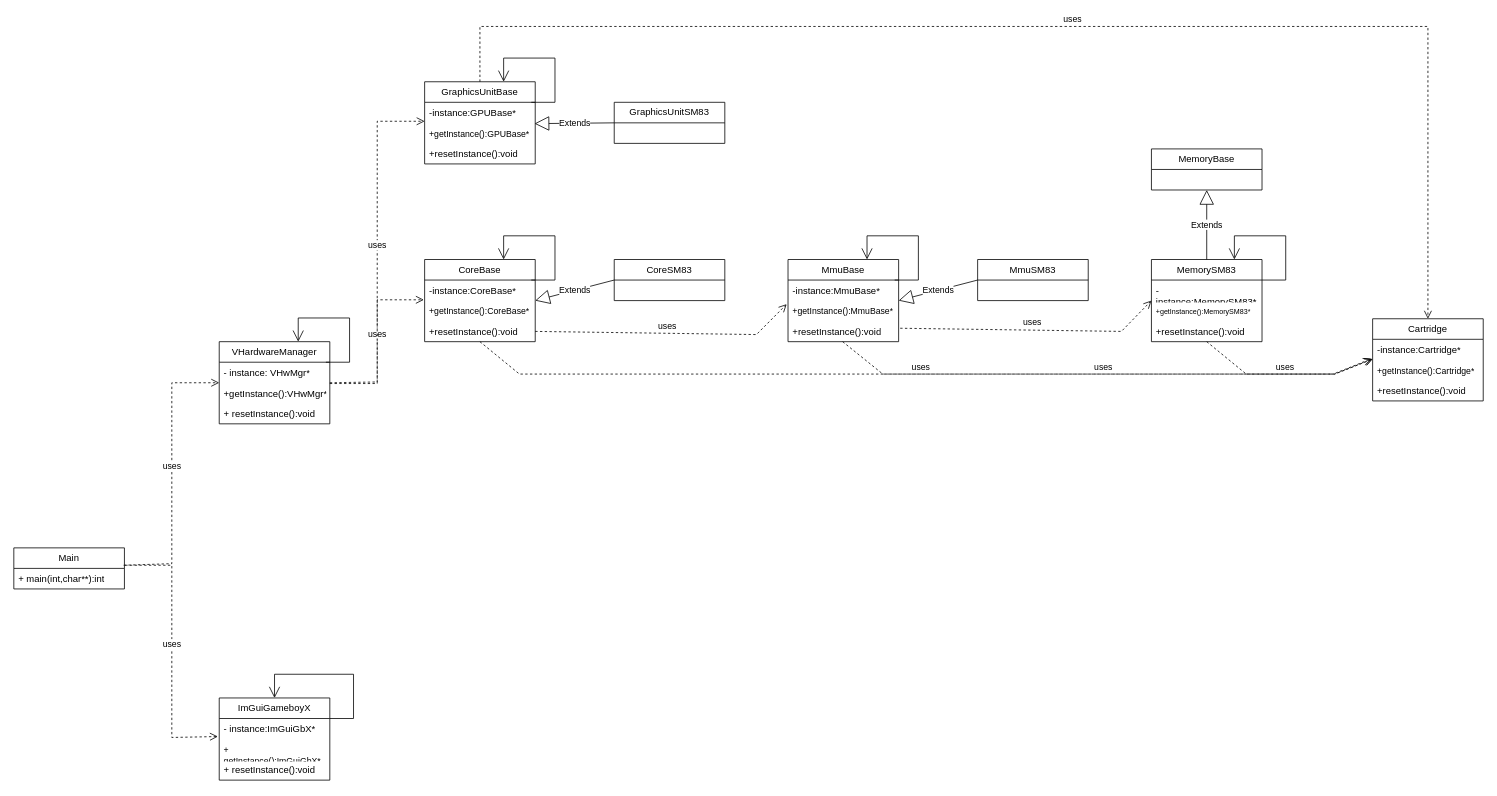
MatthewMer/gameboyx keeps this draw.io diagram as docs/GameboyX.drawio. Above is the earlier version. Source tidied: cells renumbered, new cells numbered last; positions are measured from the earlier drawing's top-left corner, leaving out a move shared by most shapes. Both pictures are drawn from the tidied source at 79%, with x=0, y=0 at pixel (13, 26).
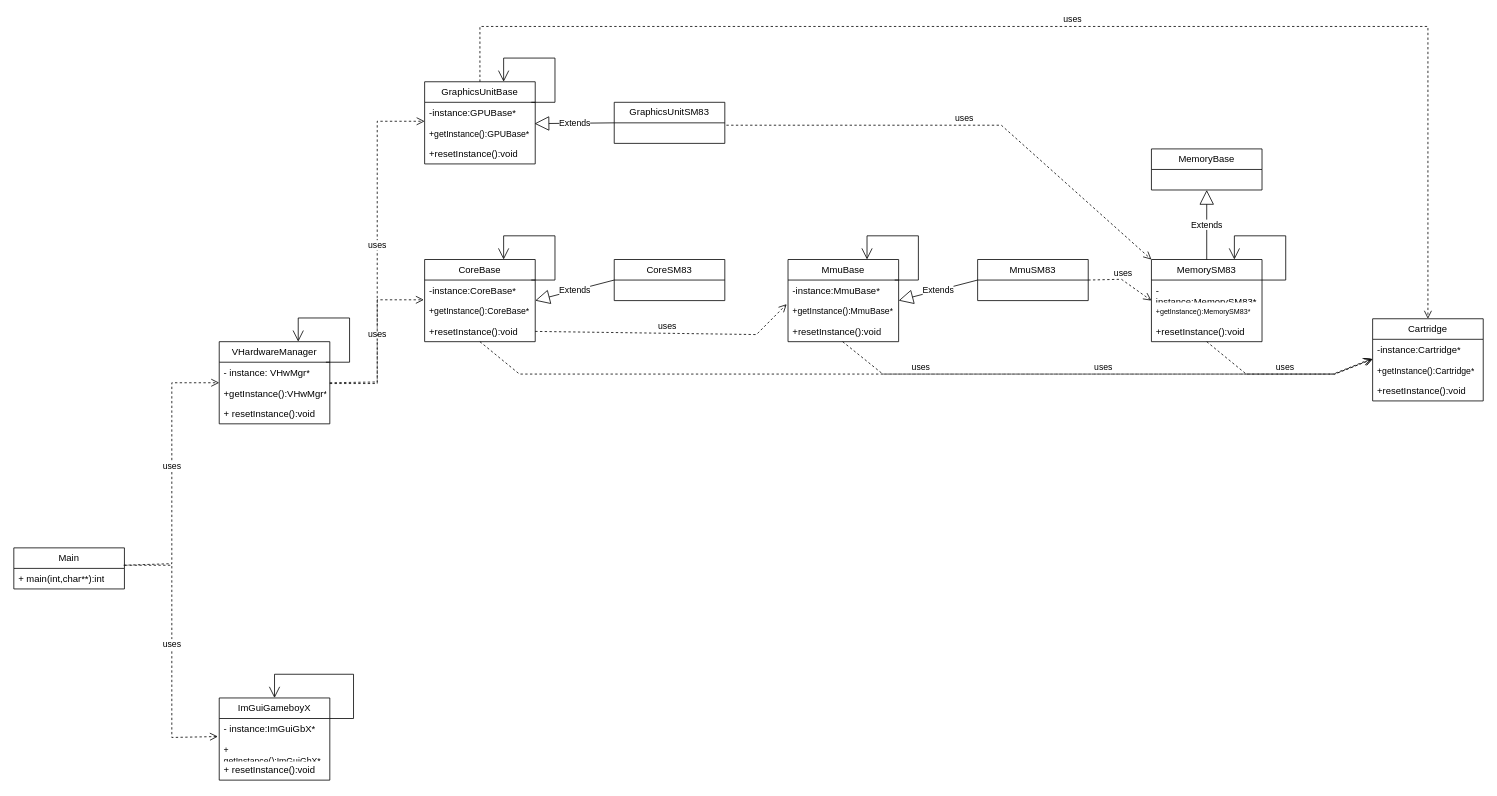
Above is the later version.

Commit message:
corrected minor errors in diagram

The change refers to these unchanged cells:
```xml
<mxCell id="16" value="MmuSM83" style="swimlane;fontStyle=0;horizontal=1;startSize=26;fillColor=none;whiteSpace=wrap;html=1;" parent="1" vertex="1">
  <mxGeometry x="1220" y="295" width="140" height="52" as="geometry" />
</mxCell>
<mxCell id="17" value="MemorySM83" style="swimlane;fontStyle=0;horizontal=1;startSize=26;fillColor=none;whiteSpace=wrap;html=1;" parent="1" vertex="1">
  <mxGeometry x="1440" y="295" width="140" height="104" as="geometry" />
</mxCell>
```

What changed in the source:
```diff
@@
-    <mxCell id="51" value="uses" style="html=1;verticalAlign=bottom;endArrow=open;dashed=1;endSize=8;curved=0;rounded=0;entryX=-0.012;entryY=0.173;entryDx=0;entryDy=0;exitX=1;exitY=0.5;exitDx=0;exitDy=0;entryPerimeter=0;" parent="1" edge="1">
+    <mxCell id="51" value="uses" style="html=1;verticalAlign=bottom;endArrow=open;dashed=1;endSize=8;curved=0;rounded=0;entryX=-0.012;entryY=0.173;entryDx=0;entryDy=0;exitX=1;exitY=0.5;exitDx=0;exitDy=0;entryPerimeter=0;" parent="1" edge="1" source="16">
       <mxGeometry relative="1" as="geometry">
-        <mxPoint x="1122" y="382" as="sourcePoint" />
         <mxPoint x="1440" y="347" as="targetPoint" />
         <Array as="points">
-          <mxPoint x="1402" y="386" />
+          <mxPoint x="1402" y="320" />
         </Array>
       </mxGeometry>
     </mxCell>
@@
+    <mxCell id="56" value="uses" style="html=1;verticalAlign=bottom;endArrow=open;dashed=1;endSize=8;curved=0;rounded=0;entryX=0;entryY=0;entryDx=0;entryDy=0;exitX=1;exitY=0.5;exitDx=0;exitDy=0;" parent="1" edge="1" target="17">
+      <mxGeometry relative="1" as="geometry">
+        <mxPoint x="902" y="125" as="sourcePoint" />
+        <Array as="points">
+          <mxPoint x="1250" y="125" />
+        </Array>
+      </mxGeometry>
+    </mxCell>
```
